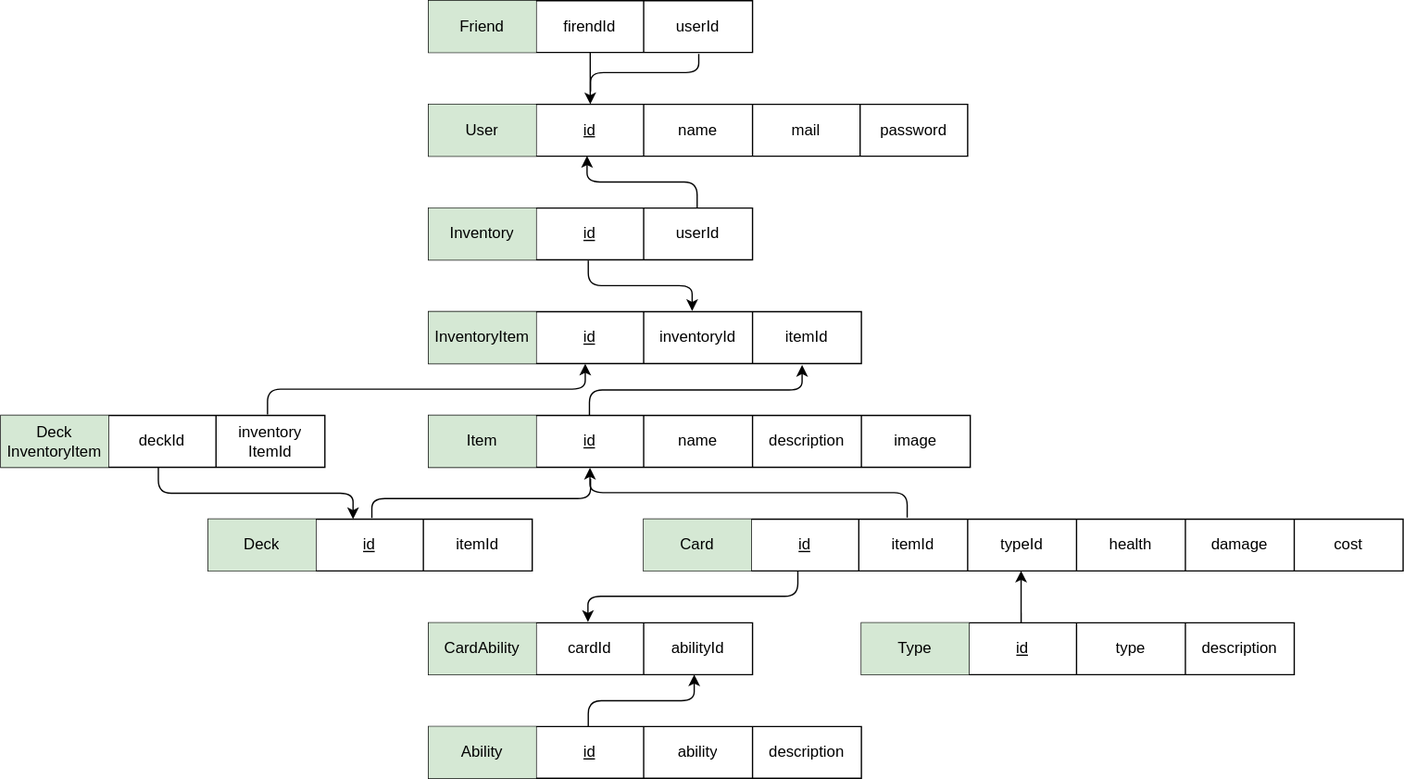
Above: diagrams/database/relation_schema.drawio.svg in i3ene/decksterous (draw.io), before the change. Source tidied: cells renumbered, new cells last; positions are measured from the earlier drawing's top-left corner, leaving out a move shared by most shapes.
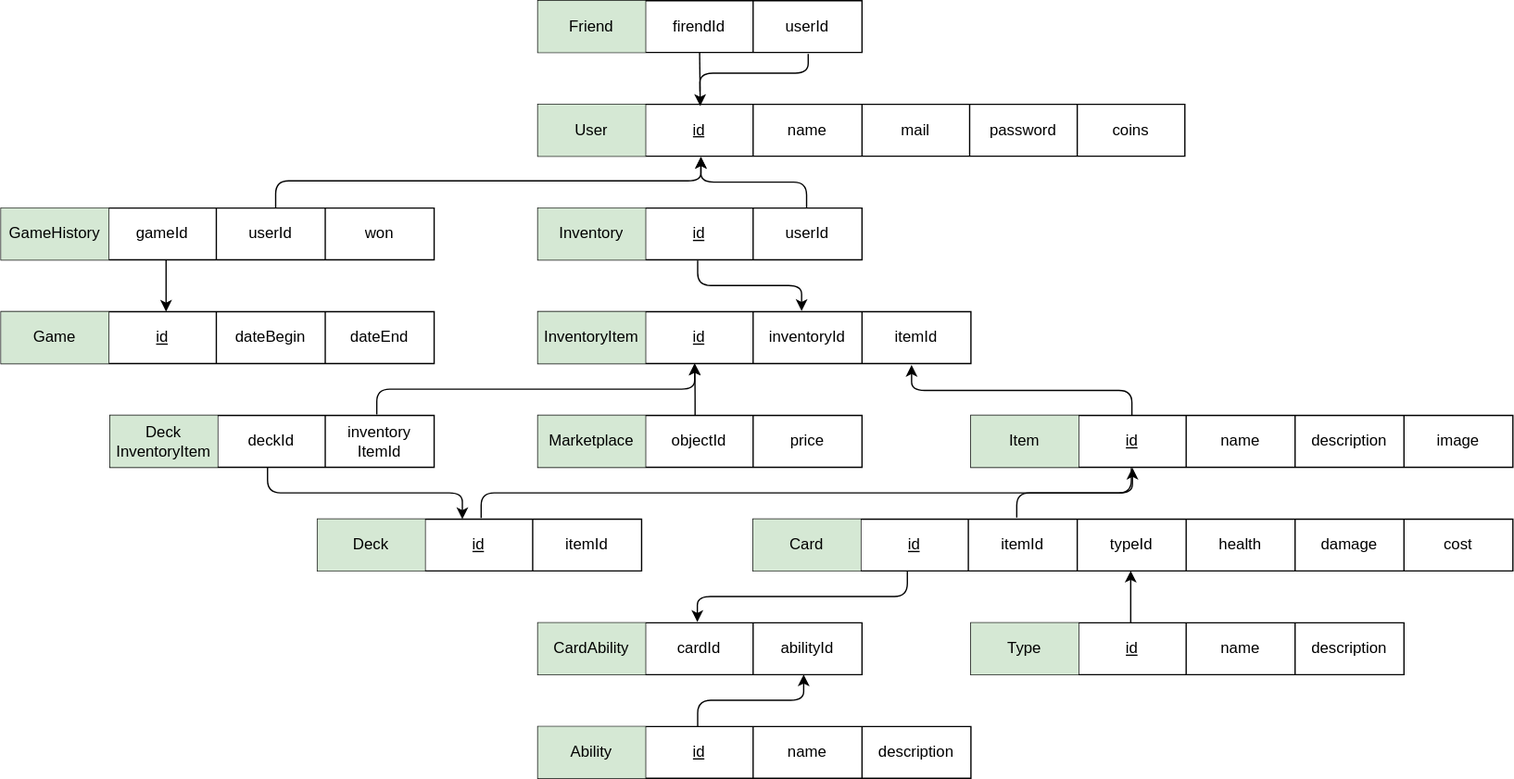
The same diagram one commit later.

Commit message:
updated EER and Relation Schema

Change to the diagram source:
```diff
@@ -3,10 +3,10 @@
     <mxCell id="0" />
     <mxCell id="1" parent="0" />
     <mxCell id="2" style="shape=table;html=1;whiteSpace=wrap;startSize=0;" parent="1" vertex="1">
-      <mxGeometry x="330" y="80" width="416" height="40" as="geometry" />
+      <mxGeometry x="330" y="80" width="499" height="40" as="geometry" />
     </mxCell>
     <mxCell id="3" style="shape=tableRow;horizontal=0;startSize=0;swimlaneHead=0;swimlaneBody=0;top=0;left=0;bottom=0;right=0;fillColor=none;points=[[0,0.5],[1,0.5]];portConstraint=eastwest;" parent="2" vertex="1">
-      <mxGeometry width="416" height="40" as="geometry" />
+      <mxGeometry width="499" height="40" as="geometry" />
     </mxCell>
     <mxCell id="4" value="User" style="shape=partialRectangle;html=1;whiteSpace=wrap;fillColor=#d5e8d4;top=0;left=0;bottom=0;right=0;overflow=hidden;strokeColor=#82b366;" parent="3" vertex="1">
       <mxGeometry width="83" height="40" as="geometry" />
@@ -23,6 +23,9 @@
     <mxCell id="8" value="password" style="shape=partialRectangle;html=1;whiteSpace=wrap;fillColor=none;top=0;left=0;bottom=0;right=0;overflow=hidden;" parent="3" vertex="1">
       <mxGeometry x="333" width="83" height="40" as="geometry" />
     </mxCell>
+    <mxCell id="80" value="coins" style="shape=partialRectangle;html=1;whiteSpace=wrap;fillColor=none;top=0;left=0;bottom=0;right=0;overflow=hidden;" parent="3" vertex="1">
+      <mxGeometry x="416" width="83" height="40" as="geometry" />
+    </mxCell>
     <mxCell id="9" style="shape=table;html=1;whiteSpace=wrap;startSize=0;" parent="1" vertex="1">
       <mxGeometry x="330" y="160" width="250" height="40" as="geometry" />
     </mxCell>
@@ -38,8 +41,12 @@
     <mxCell id="13" value="userId" style="shape=partialRectangle;html=1;whiteSpace=wrap;fillColor=none;top=0;left=0;bottom=0;right=0;overflow=hidden;" parent="10" vertex="1">
       <mxGeometry x="166" width="84" height="40" as="geometry" />
     </mxCell>
-    <mxCell id="14" style="endArrow=classic;html=1;entryX=0.294;entryY=0.995;entryDx=0;entryDy=0;entryPerimeter=0;exitX=0.829;exitY=0.002;exitDx=0;exitDy=0;exitPerimeter=0;edgeStyle=elbowEdgeStyle;elbow=vertical;" parent="1" edge="1" source="10" target="3">
-      <mxGeometry relative="1" as="geometry" />
+    <mxCell id="14" style="endArrow=classic;html=1;entryX=0.252;entryY=1.017;entryDx=0;entryDy=0;entryPerimeter=0;exitX=0.829;exitY=0.002;exitDx=0;exitDy=0;exitPerimeter=0;edgeStyle=elbowEdgeStyle;elbow=vertical;" parent="1" edge="1" source="10" target="3">
+      <mxGeometry relative="1" as="geometry">
+        <Array as="points">
+          <mxPoint x="500" y="140" />
+        </Array>
+      </mxGeometry>
     </mxCell>
     <mxCell id="15" style="shape=table;html=1;whiteSpace=wrap;startSize=0;" parent="1" vertex="1">
       <mxGeometry x="330" width="250" height="40" as="geometry" />
@@ -56,7 +63,7 @@
     <mxCell id="19" value="userId" style="shape=partialRectangle;html=1;whiteSpace=wrap;fillColor=none;top=0;left=0;bottom=0;right=0;overflow=hidden;" parent="16" vertex="1">
       <mxGeometry x="166" width="84" height="40" as="geometry" />
     </mxCell>
-    <mxCell id="20" style="endArrow=classic;html=1;entryX=0.3;entryY=-0.002;entryDx=0;entryDy=0;entryPerimeter=0;exitX=0.499;exitY=1;exitDx=0;exitDy=0;exitPerimeter=0;" parent="1" edge="1" source="16" target="3">
+    <mxCell id="20" style="endArrow=classic;html=1;entryX=0.251;entryY=0.031;entryDx=0;entryDy=0;entryPerimeter=0;exitX=0.499;exitY=1;exitDx=0;exitDy=0;exitPerimeter=0;" parent="1" edge="1" source="16" target="3">
       <mxGeometry relative="1" as="geometry" />
     </mxCell>
     <mxCell id="21" style="endArrow=none;html=1;entryX=0.834;entryY=1.028;entryDx=0;entryDy=0;entryPerimeter=0;edgeStyle=elbowEdgeStyle;elbow=vertical;" parent="1" edge="1" target="16">
@@ -86,7 +93,7 @@
       <mxGeometry relative="1" as="geometry" />
     </mxCell>
     <mxCell id="29" style="shape=table;html=1;whiteSpace=wrap;startSize=0;" parent="1" vertex="1">
-      <mxGeometry x="330" y="320" width="418" height="40" as="geometry" />
+      <mxGeometry x="664" y="320" width="418" height="40" as="geometry" />
     </mxCell>
     <mxCell id="30" style="shape=tableRow;horizontal=0;startSize=0;swimlaneHead=0;swimlaneBody=0;top=0;left=0;bottom=0;right=0;fillColor=none;points=[[0,0.5],[1,0.5]];portConstraint=eastwest;" parent="29" vertex="1">
       <mxGeometry width="418" height="40" as="geometry" />
@@ -154,10 +161,8 @@
     <mxCell id="51" value="itemId" style="shape=partialRectangle;html=1;whiteSpace=wrap;fillColor=none;top=0;left=0;bottom=0;right=0;overflow=hidden;" parent="48" vertex="1">
       <mxGeometry x="166" width="84" height="40" as="geometry" />
     </mxCell>
-    <mxCell id="52" style="endArrow=none;html=1;exitX=0.505;exitY=-0.022;exitDx=0;exitDy=0;exitPerimeter=0;edgeStyle=elbowEdgeStyle;elbow=vertical;" parent="1" edge="1" source="48">
-      <mxGeometry relative="1" as="geometry">
-        <mxPoint x="455" y="369" as="targetPoint" />
-      </mxGeometry>
+    <mxCell id="52" style="endArrow=none;html=1;exitX=0.505;exitY=-0.022;exitDx=0;exitDy=0;exitPerimeter=0;edgeStyle=elbowEdgeStyle;elbow=vertical;entryX=0.296;entryY=1.013;entryDx=0;entryDy=0;entryPerimeter=0;" parent="1" edge="1" source="48" target="30">
+      <mxGeometry relative="1" as="geometry" />
     </mxCell>
     <mxCell id="53" style="shape=table;html=1;whiteSpace=wrap;startSize=0;" parent="1" vertex="1">
       <mxGeometry y="320" width="250" height="40" as="geometry" />
@@ -192,7 +197,7 @@
     <mxCell id="63" value="&lt;u&gt;id&lt;/u&gt;" style="shape=partialRectangle;html=1;whiteSpace=wrap;fillColor=none;top=0;left=0;bottom=0;right=0;overflow=hidden;" parent="61" vertex="1">
       <mxGeometry x="83" width="83" height="40" as="geometry" />
     </mxCell>
-    <mxCell id="64" value="type" style="shape=partialRectangle;html=1;whiteSpace=wrap;fillColor=none;top=0;left=0;bottom=0;right=0;overflow=hidden;" parent="61" vertex="1">
+    <mxCell id="64" value="name" style="shape=partialRectangle;html=1;whiteSpace=wrap;fillColor=none;top=0;left=0;bottom=0;right=0;overflow=hidden;" parent="61" vertex="1">
       <mxGeometry x="166" width="84" height="40" as="geometry" />
     </mxCell>
     <mxCell id="65" value="description" style="shape=partialRectangle;html=1;whiteSpace=wrap;fillColor=none;top=0;left=0;bottom=0;right=0;overflow=hidden;" parent="61" vertex="1">
@@ -228,7 +233,7 @@
     <mxCell id="75" value="&lt;span&gt;&lt;u&gt;id&lt;/u&gt;&lt;/span&gt;" style="shape=partialRectangle;html=1;whiteSpace=wrap;fillColor=none;top=0;left=0;bottom=0;right=0;overflow=hidden;fontStyle=0;" parent="73" vertex="1">
       <mxGeometry x="83" width="83" height="40" as="geometry" />
     </mxCell>
-    <mxCell id="76" value="ability" style="shape=partialRectangle;html=1;whiteSpace=wrap;fillColor=none;top=0;left=0;bottom=0;right=0;overflow=hidden;" parent="73" vertex="1">
+    <mxCell id="76" value="name" style="shape=partialRectangle;html=1;whiteSpace=wrap;fillColor=none;top=0;left=0;bottom=0;right=0;overflow=hidden;" parent="73" vertex="1">
       <mxGeometry x="166" width="84" height="40" as="geometry" />
     </mxCell>
     <mxCell id="77" value="description" style="shape=partialRectangle;html=1;whiteSpace=wrap;fillColor=none;top=0;left=0;bottom=0;right=0;overflow=hidden;" parent="73" vertex="1">
@@ -240,5 +245,69 @@
     <mxCell id="79" style="endArrow=classic;html=1;elbow=vertical;entryX=0.492;entryY=-0.016;entryDx=0;entryDy=0;entryPerimeter=0;exitX=0.203;exitY=0.996;exitDx=0;exitDy=0;exitPerimeter=0;edgeStyle=elbowEdgeStyle;" parent="1" edge="1" source="38" target="68">
       <mxGeometry relative="1" as="geometry" />
     </mxCell>
+    <mxCell id="81" style="shape=table;html=1;whiteSpace=wrap;startSize=0;" parent="1" vertex="1">
+      <mxGeometry x="330" y="320" width="250" height="40" as="geometry" />
+    </mxCell>
+    <mxCell id="82" style="shape=tableRow;horizontal=0;startSize=0;swimlaneHead=0;swimlaneBody=0;top=0;left=0;bottom=0;right=0;fillColor=none;points=[[0,0.5],[1,0.5]];portConstraint=eastwest;" parent="81" vertex="1">
+      <mxGeometry width="250" height="40" as="geometry" />
+    </mxCell>
+    <mxCell id="83" value="Marketplace" style="shape=partialRectangle;html=1;whiteSpace=wrap;fillColor=#d5e8d4;top=0;left=0;bottom=0;right=0;overflow=hidden;strokeColor=#82b366;" parent="82" vertex="1">
+      <mxGeometry width="83" height="40" as="geometry" />
+    </mxCell>
+    <mxCell id="84" value="objectId" style="shape=partialRectangle;html=1;whiteSpace=wrap;fillColor=none;top=0;left=0;bottom=0;right=0;overflow=hidden;" parent="82" vertex="1">
+      <mxGeometry x="83" width="83" height="40" as="geometry" />
+    </mxCell>
+    <mxCell id="85" value="price" style="shape=partialRectangle;html=1;whiteSpace=wrap;fillColor=none;top=0;left=0;bottom=0;right=0;overflow=hidden;" parent="82" vertex="1">
+      <mxGeometry x="166" width="84" height="40" as="geometry" />
+    </mxCell>
+    <mxCell id="86" style="endArrow=classic;html=1;edgeStyle=elbowEdgeStyle;elbow=vertical;entryX=0.362;entryY=0.994;entryDx=0;entryDy=0;entryPerimeter=0;exitX=0.485;exitY=0.002;exitDx=0;exitDy=0;exitPerimeter=0;" parent="1" edge="1" source="82" target="23">
+      <mxGeometry relative="1" as="geometry" />
+    </mxCell>
+    <mxCell id="87" style="shape=table;html=1;whiteSpace=wrap;startSize=0;" parent="1" vertex="1">
+      <mxGeometry x="-84" y="240" width="334" height="40" as="geometry" />
+    </mxCell>
+    <mxCell id="88" style="shape=tableRow;horizontal=0;startSize=0;swimlaneHead=0;swimlaneBody=0;top=0;left=0;bottom=0;right=0;fillColor=none;points=[[0,0.5],[1,0.5]];portConstraint=eastwest;" parent="87" vertex="1">
+      <mxGeometry width="334" height="40" as="geometry" />
+    </mxCell>
+    <mxCell id="89" value="Game" style="shape=partialRectangle;html=1;whiteSpace=wrap;fillColor=#d5e8d4;top=0;left=0;bottom=0;right=0;overflow=hidden;strokeColor=#82b366;" parent="88" vertex="1">
+      <mxGeometry width="83" height="40" as="geometry" />
+    </mxCell>
+    <mxCell id="90" value="&lt;u&gt;id&lt;/u&gt;" style="shape=partialRectangle;html=1;whiteSpace=wrap;fillColor=none;top=0;left=0;bottom=0;right=0;overflow=hidden;" parent="88" vertex="1">
+      <mxGeometry x="83" width="83" height="40" as="geometry" />
+    </mxCell>
+    <mxCell id="91" value="dateBegin" style="shape=partialRectangle;html=1;whiteSpace=wrap;fillColor=none;top=0;left=0;bottom=0;right=0;overflow=hidden;" parent="88" vertex="1">
+      <mxGeometry x="166" width="84" height="40" as="geometry" />
+    </mxCell>
+    <mxCell id="92" value="dateEnd" style="shape=partialRectangle;html=1;whiteSpace=wrap;fillColor=none;top=0;left=0;bottom=0;right=0;overflow=hidden;" parent="88" vertex="1">
+      <mxGeometry x="250" width="84" height="40" as="geometry" />
+    </mxCell>
+    <mxCell id="93" style="shape=table;html=1;whiteSpace=wrap;startSize=0;" parent="1" vertex="1">
+      <mxGeometry x="-84" y="160" width="334" height="40" as="geometry" />
+    </mxCell>
+    <mxCell id="94" style="shape=tableRow;horizontal=0;startSize=0;swimlaneHead=0;swimlaneBody=0;top=0;left=0;bottom=0;right=0;fillColor=none;points=[[0,0.5],[1,0.5]];portConstraint=eastwest;" parent="93" vertex="1">
+      <mxGeometry width="334" height="40" as="geometry" />
+    </mxCell>
+    <mxCell id="95" value="GameHistory" style="shape=partialRectangle;html=1;whiteSpace=wrap;fillColor=#d5e8d4;top=0;left=0;bottom=0;right=0;overflow=hidden;strokeColor=#82b366;" parent="94" vertex="1">
+      <mxGeometry width="83" height="40" as="geometry" />
+    </mxCell>
+    <mxCell id="96" value="gameId" style="shape=partialRectangle;html=1;whiteSpace=wrap;fillColor=none;top=0;left=0;bottom=0;right=0;overflow=hidden;" parent="94" vertex="1">
+      <mxGeometry x="83" width="83" height="40" as="geometry" />
+    </mxCell>
+    <mxCell id="97" value="userId" style="shape=partialRectangle;html=1;whiteSpace=wrap;fillColor=none;top=0;left=0;bottom=0;right=0;overflow=hidden;" parent="94" vertex="1">
+      <mxGeometry x="166" width="84" height="40" as="geometry" />
+    </mxCell>
+    <mxCell id="98" value="won" style="shape=partialRectangle;html=1;whiteSpace=wrap;fillColor=none;top=0;left=0;bottom=0;right=0;overflow=hidden;" parent="94" vertex="1">
+      <mxGeometry x="250" width="84" height="40" as="geometry" />
+    </mxCell>
+    <mxCell id="99" style="endArrow=classic;html=1;exitX=0.634;exitY=0;exitDx=0;exitDy=0;exitPerimeter=0;edgeStyle=elbowEdgeStyle;elbow=vertical;entryX=0.252;entryY=1.01;entryDx=0;entryDy=0;entryPerimeter=0;" parent="1" edge="1" source="94" target="3">
+      <mxGeometry relative="1" as="geometry">
+        <Array as="points">
+          <mxPoint x="290" y="139" />
+        </Array>
+      </mxGeometry>
+    </mxCell>
+    <mxCell id="100" style="endArrow=classic;html=1;entryX=0.381;entryY=-0.002;entryDx=0;entryDy=0;entryPerimeter=0;exitX=0.381;exitY=1.005;exitDx=0;exitDy=0;exitPerimeter=0;edgeStyle=elbowEdgeStyle;elbow=vertical;" parent="1" edge="1" source="94" target="88">
+      <mxGeometry relative="1" as="geometry" />
+    </mxCell>
   </root>
 </mxGraphModel>
```
